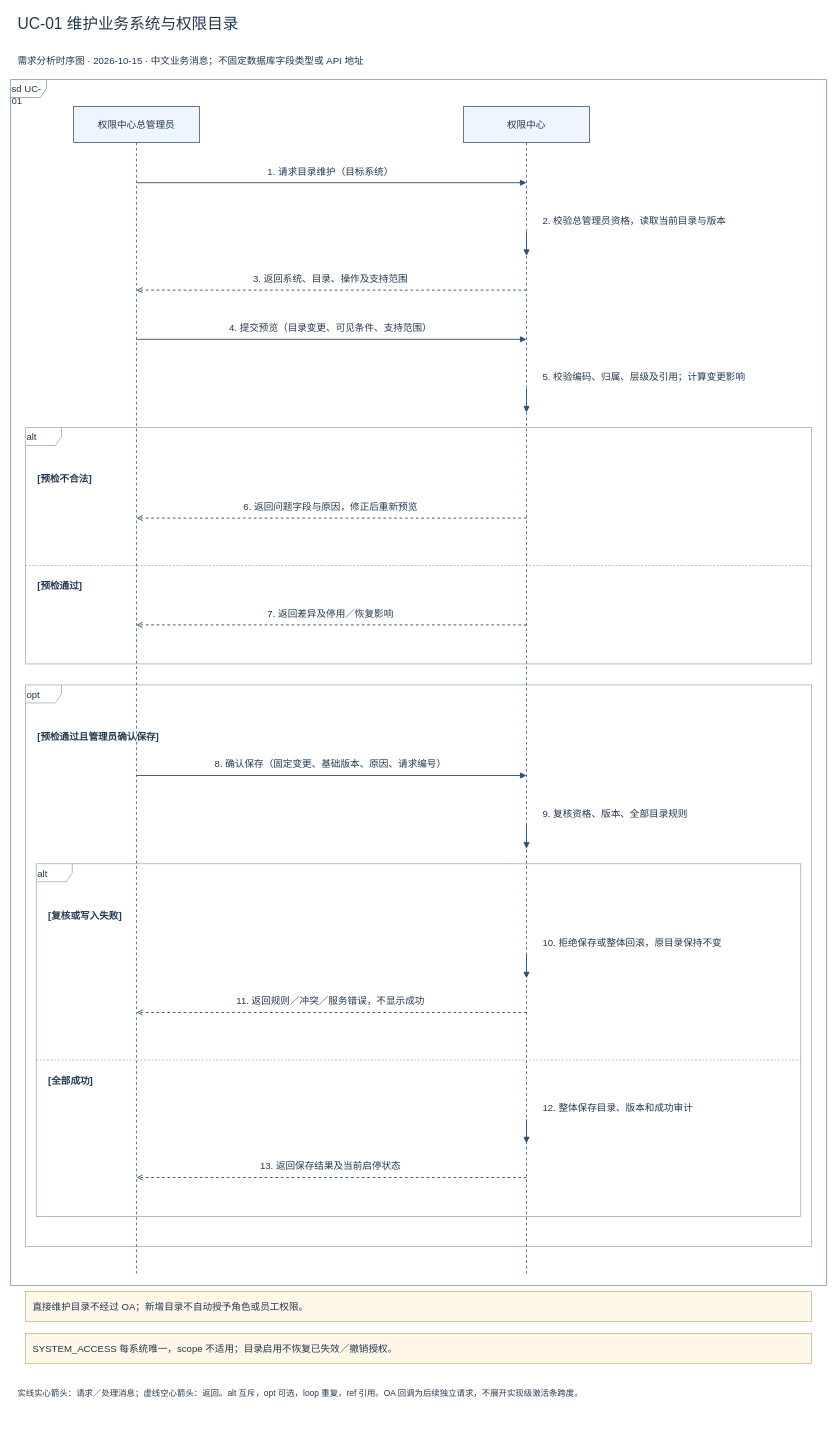
Above: page "UC-01 维护业务系统与权限目录" (1 of 15) of docs/sequences-v1/权限管理系统_全部时序图.drawio in Noah-hope/RBAC-admin (draw.io), before the change. Source tidied: cells renumbered, new cells numbered last; positions are measured from the earlier drawing's top-left corner, leaving out a move shared by most shapes. Both pictures are drawn from the tidied source at 60%, with x=0, y=0 at pixel (10, 10).
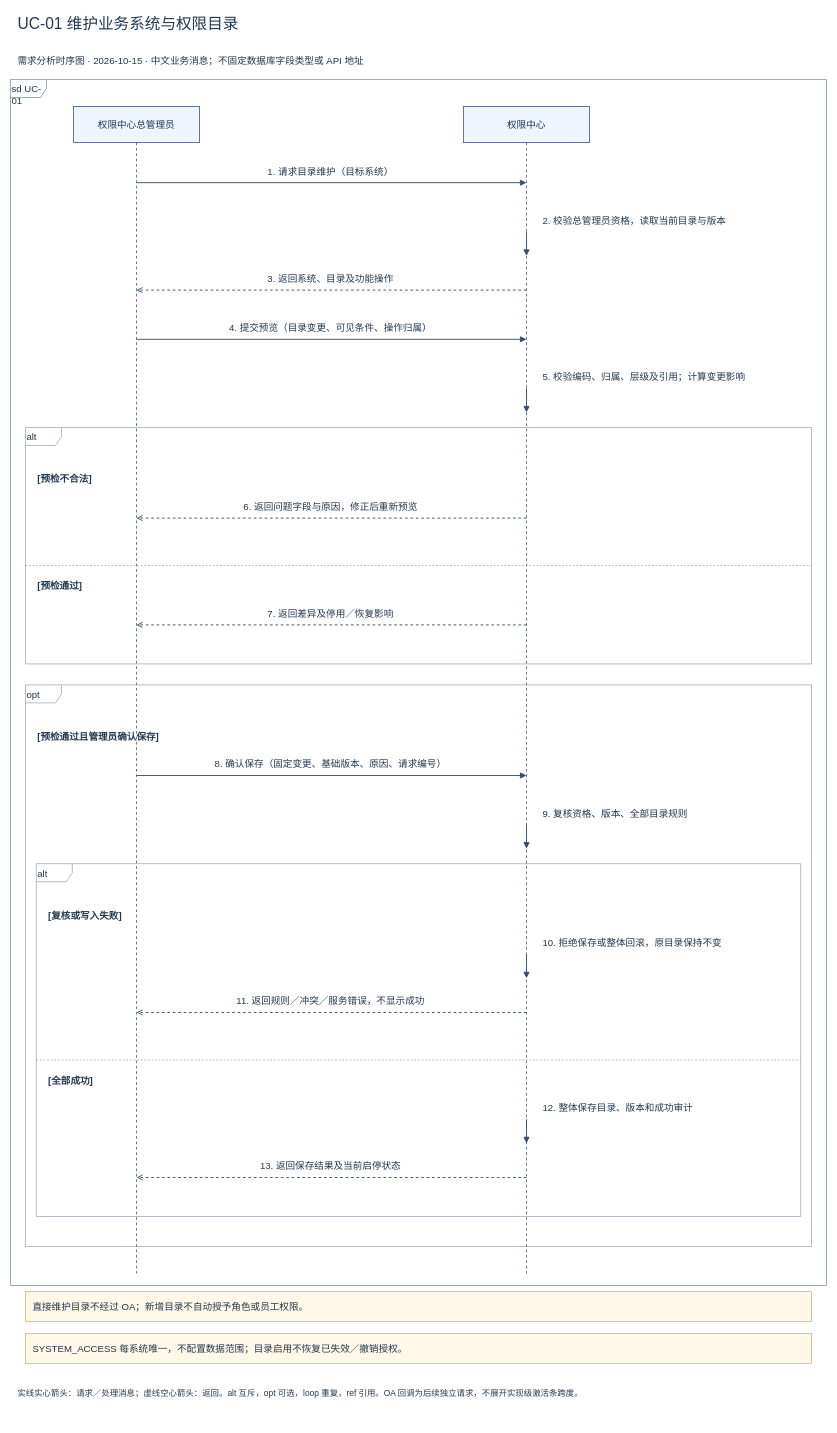
After the change.

What changed in the source:
```diff
@@
-    <mxCell id="22" value="3. 返回系统、目录、操作及支持范围" style="html=1;fontFamily=Microsoft YaHei;fontSize=16;fontColor=#23384f;text;align=center;verticalAlign=middle;fillColor=#ffffff;strokeColor=none;" parent="1" vertex="1">
+    <mxCell id="22" value="3. 返回系统、目录及功能操作" style="html=1;fontFamily=Microsoft YaHei;fontSize=16;fontColor=#23384f;text;align=center;verticalAlign=middle;fillColor=#ffffff;strokeColor=none;" parent="1" vertex="1">
       <mxGeometry x="235" y="435" width="595" height="24" as="geometry" />
     </mxCell>
@@
-    <mxCell id="24" value="4. 提交预览（目录变更、可见条件、支持范围）" style="html=1;fontFamily=Microsoft YaHei;fontSize=16;fontColor=#23384f;text;align=center;verticalAlign=middle;fillColor=#ffffff;strokeColor=none;" parent="1" vertex="1">
+    <mxCell id="24" value="4. 提交预览（目录变更、可见条件、操作归属）" style="html=1;fontFamily=Microsoft YaHei;fontSize=16;fontColor=#23384f;text;align=center;verticalAlign=middle;fillColor=#ffffff;strokeColor=none;" parent="1" vertex="1">
       <mxGeometry x="235" y="517" width="595" height="24" as="geometry" />
     </mxCell>
@@
-    <mxCell id="44" value="SYSTEM_ACCESS 每系统唯一，scope 不适用；目录启用不恢复已失效／撤销授权。" style="html=1;fontFamily=Microsoft YaHei;fontSize=16;fontColor=#23384f;rounded=0;whiteSpace=wrap;align=left;spacing=12;fillColor=#fff8e8;strokeColor=#c4a34f;" parent="1" vertex="1">
+    <mxCell id="44" value="SYSTEM_ACCESS 每系统唯一，不配置数据范围；目录启用不恢复已失效／撤销授权。" style="html=1;fontFamily=Microsoft YaHei;fontSize=16;fontColor=#23384f;rounded=0;whiteSpace=wrap;align=left;spacing=12;fillColor=#fff8e8;strokeColor=#c4a34f;" parent="1" vertex="1">
       <mxGeometry x="25" y="2205" width="1310" height="50" as="geometry" />
     </mxCell>
```
